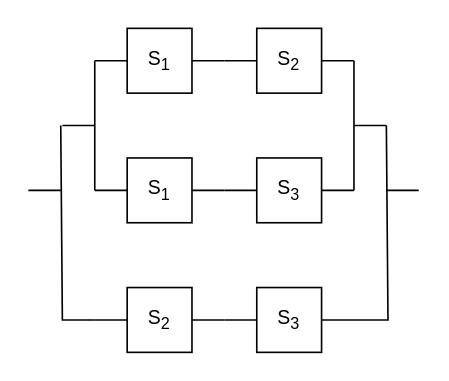
cd-public/hw_asm keeps this draw.io diagram as drawio/10_median_func.drawio. Above is the earlier version. Source tidied: cells renumbered, new cells numbered last; positions are measured from the earlier drawing's top-left corner, leaving out a move shared by most shapes. Both pictures are drawn from the tidied source at 162%, with x=0, y=0 at pixel (28, 28).
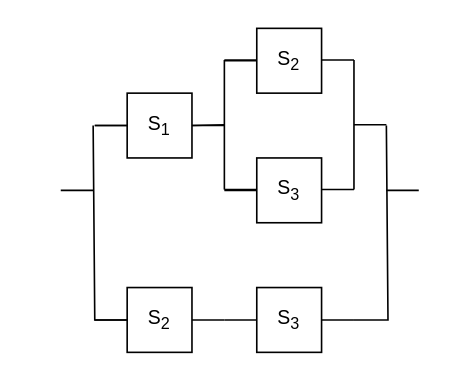
The same diagram, later.

Unchanged cells that the change refers to:
```xml
<mxCell id="5" value="S&lt;sub&gt;2&lt;/sub&gt;" style="whiteSpace=wrap;html=1;" parent="1" vertex="1">
  <mxGeometry x="141" width="40" height="40" as="geometry" />
</mxCell>
<mxCell id="15" value="S&lt;sub&gt;3&lt;/sub&gt;" style="whiteSpace=wrap;html=1;" parent="1" vertex="1">
  <mxGeometry x="141" y="80" width="40" height="40" as="geometry" />
</mxCell>
```

Change to the diagram source:
```diff
@@
     <mxCell id="2" value="S&lt;sub&gt;1&lt;/sub&gt;" style="whiteSpace=wrap;html=1;" parent="1" vertex="1">
-      <mxGeometry x="61" width="40" height="40" as="geometry" />
+      <mxGeometry x="61" y="40" width="40" height="40" as="geometry" />
     </mxCell>
     <mxCell id="3" style="endArrow=none;html=1;rounded=0;entryX=0;entryY=0.5;entryDx=0;entryDy=0;" parent="1" edge="1" target="2">
       <mxGeometry relative="1" as="geometry">
-        <mxPoint x="41" y="20" as="sourcePoint" />
+        <mxPoint x="41" y="60" as="sourcePoint" />
       </mxGeometry>
     </mxCell>
     <mxCell id="4" style="endArrow=none;html=1;rounded=0;exitX=1;exitY=0.5;exitDx=0;exitDy=0;" parent="1" edge="1" source="2">
       <mxGeometry relative="1" as="geometry">
-        <mxPoint x="121" y="20" as="targetPoint" />
+        <mxPoint x="121" y="60" as="targetPoint" />
       </mxGeometry>
     </mxCell>
@@
-    <mxCell id="7" style="endArrow=none;html=1;rounded=0;" parent="1" edge="1" source="5">
+    <mxCell id="7" style="endArrow=none;html=1;rounded=0;" parent="1" edge="1">
       <mxGeometry relative="1" as="geometry">
-        <mxPoint x="201" y="20" as="targetPoint" />
+        <mxPoint x="141" y="19.5" as="sourcePoint" />
+        <mxPoint x="121" y="19.5" as="targetPoint" />
       </mxGeometry>
     </mxCell>
-    <mxCell id="8" style="endArrow=none;html=1;rounded=0;" parent="1" edge="1">
-      <mxGeometry relative="1" as="geometry">
-        <mxPoint x="41" y="100" as="sourcePoint" />
-        <mxPoint x="41" y="20" as="targetPoint" />
-      </mxGeometry>
-    </mxCell>
     <mxCell id="9" style="endArrow=none;html=1;rounded=0;" parent="1" edge="1">
       <mxGeometry relative="1" as="geometry">
-        <mxPoint x="21" y="60" as="sourcePoint" />
-        <mxPoint x="41" y="60" as="targetPoint" />
+        <mxPoint x="41" y="60" as="sourcePoint" />
+        <mxPoint x="61" y="60" as="targetPoint" />
       </mxGeometry>
     </mxCell>
     <mxCell id="10" style="endArrow=none;html=1;rounded=0;" parent="1" edge="1">
       <mxGeometry relative="1" as="geometry">
-        <mxPoint x="201" y="100" as="sourcePoint" />
-        <mxPoint x="201" y="20" as="targetPoint" />
+        <mxPoint x="121" y="99.5" as="sourcePoint" />
+        <mxPoint x="121" y="19.5" as="targetPoint" />
       </mxGeometry>
     </mxCell>
     <mxCell id="11" style="endArrow=none;html=1;rounded=0;" parent="1" edge="1">
       <mxGeometry relative="1" as="geometry">
-        <mxPoint x="221" y="60" as="sourcePoint" />
-        <mxPoint x="201" y="60" as="targetPoint" />
+        <mxPoint x="101" y="60" as="sourcePoint" />
+        <mxPoint x="121" y="59.5" as="targetPoint" />
       </mxGeometry>
     </mxCell>
-    <mxCell id="12" value="S&lt;sub&gt;1&lt;/sub&gt;" style="whiteSpace=wrap;html=1;" parent="1" vertex="1">
-      <mxGeometry x="61" y="80" width="40" height="40" as="geometry" />
-    </mxCell>
-    <mxCell id="13" style="endArrow=none;html=1;rounded=0;entryX=0;entryY=0.5;entryDx=0;entryDy=0;" parent="1" edge="1" target="12">
-      <mxGeometry relative="1" as="geometry">
-        <mxPoint x="41" y="100" as="sourcePoint" />
-      </mxGeometry>
-    </mxCell>
-    <mxCell id="14" style="endArrow=none;html=1;rounded=0;exitX=1;exitY=0.5;exitDx=0;exitDy=0;" parent="1" edge="1" source="12">
-      <mxGeometry relative="1" as="geometry">
-        <mxPoint x="121" y="100" as="targetPoint" />
-      </mxGeometry>
-    </mxCell>
@@
-    <mxCell id="17" style="endArrow=none;html=1;rounded=0;" parent="1" edge="1" source="15">
+    <mxCell id="17" style="endArrow=none;html=1;rounded=0;" parent="1" edge="1">
       <mxGeometry relative="1" as="geometry">
-        <mxPoint x="201" y="100" as="targetPoint" />
+        <mxPoint x="141" y="99.5" as="sourcePoint" />
+        <mxPoint x="121" y="99.5" as="targetPoint" />
       </mxGeometry>
     </mxCell>
@@
     <mxCell id="21" style="endArrow=none;html=1;rounded=0;" parent="1" edge="1">
       <mxGeometry relative="1" as="geometry">
-        <mxPoint x="41" y="180" as="sourcePoint" />
-        <mxPoint x="20" y="60" as="targetPoint" />
+        <mxPoint x="61" y="180" as="sourcePoint" />
+        <mxPoint x="40" y="60" as="targetPoint" />
         <Array as="points">
-          <mxPoint x="21" y="180" />
+          <mxPoint x="41" y="180" />
         </Array>
       </mxGeometry>
     </mxCell>
     <mxCell id="22" style="endArrow=none;html=1;rounded=0;" parent="1" edge="1">
       <mxGeometry relative="1" as="geometry">
-        <mxPoint y="100" as="sourcePoint" />
-        <mxPoint x="20" y="100" as="targetPoint" />
+        <mxPoint x="20" y="100" as="sourcePoint" />
+        <mxPoint x="40" y="100" as="targetPoint" />
       </mxGeometry>
     </mxCell>
@@
+    <mxCell id="28" style="endArrow=none;html=1;rounded=0;" parent="1" edge="1">
+      <mxGeometry relative="1" as="geometry">
+        <mxPoint x="181" y="19.5" as="sourcePoint" />
+        <mxPoint x="201" y="19.5" as="targetPoint" />
+      </mxGeometry>
+    </mxCell>
+    <mxCell id="29" style="endArrow=none;html=1;rounded=0;" parent="1" edge="1">
+      <mxGeometry relative="1" as="geometry">
+        <mxPoint x="201" y="99.5" as="sourcePoint" />
+        <mxPoint x="201" y="19.5" as="targetPoint" />
+      </mxGeometry>
+    </mxCell>
+    <mxCell id="30" style="endArrow=none;html=1;rounded=0;" parent="1" edge="1">
+      <mxGeometry relative="1" as="geometry">
+        <mxPoint x="221" y="59.5" as="sourcePoint" />
+        <mxPoint x="201" y="59.5" as="targetPoint" />
+      </mxGeometry>
+    </mxCell>
+    <mxCell id="31" style="endArrow=none;html=1;rounded=0;" parent="1" edge="1">
+      <mxGeometry relative="1" as="geometry">
+        <mxPoint x="181" y="99.5" as="sourcePoint" />
+        <mxPoint x="201" y="99.5" as="targetPoint" />
+      </mxGeometry>
+    </mxCell>
```
